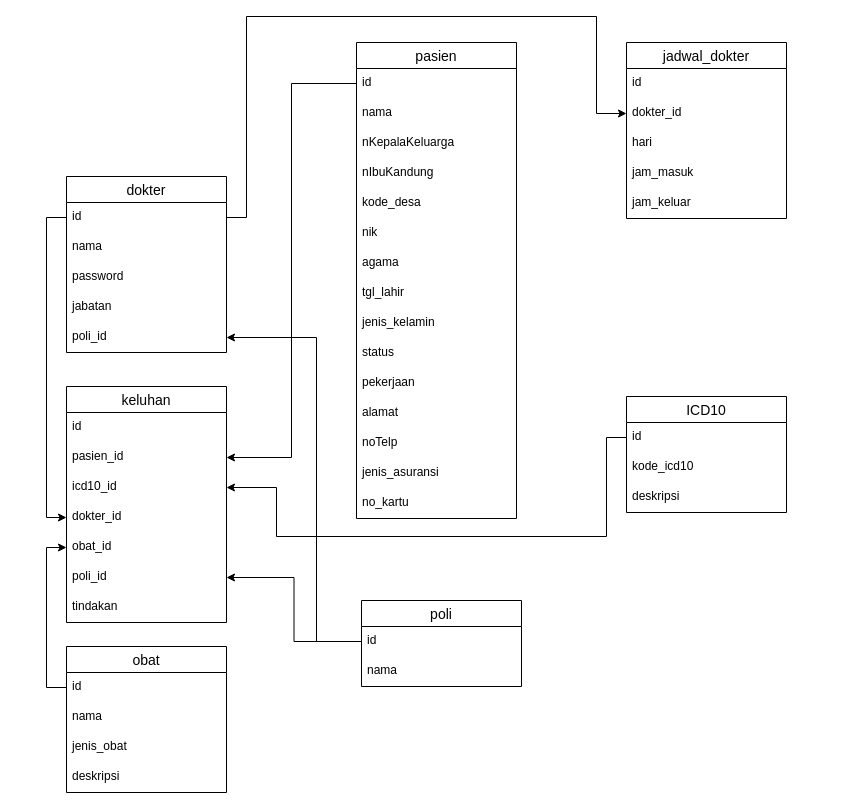
This is ERD/ERD sistem-rekam-medis.drawio from zabilsabri/sistem-rekam-medis, a draw.io file, before an edit. Source tidied: cells renumbered, new cells numbered last; positions are measured from the earlier drawing's top-left corner, leaving out a move shared by most shapes. Both pictures are drawn from the tidied source at 100%, with x=0, y=0 at pixel (66, 16).
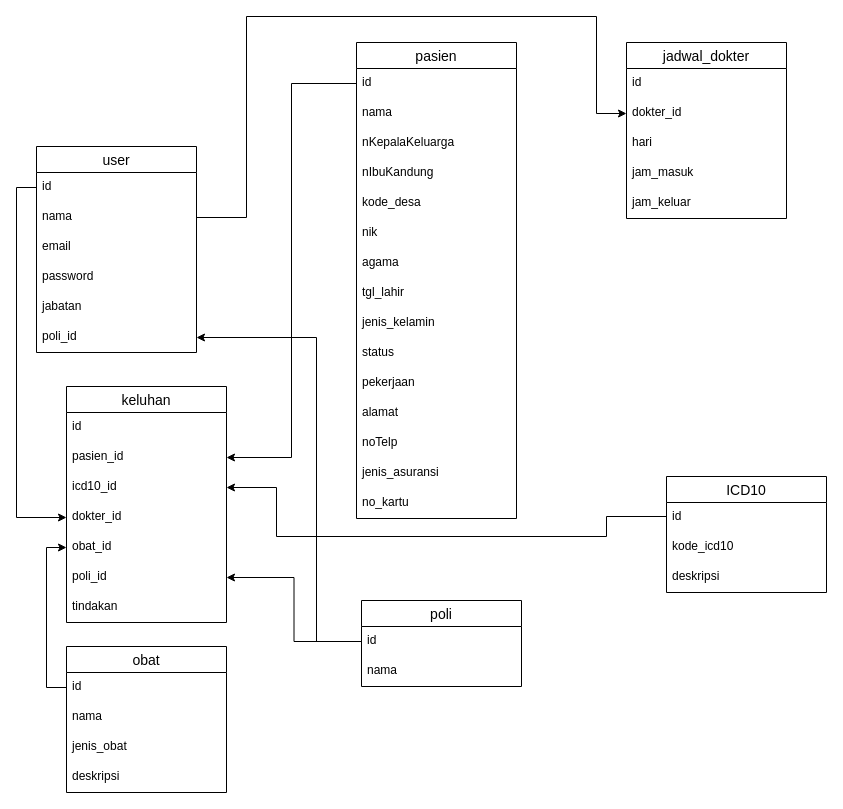
The same page after the edit.

The change refers to these unchanged cells:
```xml
<mxCell id="30" value="id" style="text;strokeColor=none;fillColor=none;spacingLeft=4;spacingRight=4;overflow=hidden;points=[[0,0.5],[1,0.5]];portConstraint=eastwest;fontSize=12;" parent="29" vertex="1">
  <mxGeometry y="26" width="160" height="30" as="geometry" />
</mxCell>
<mxCell id="36" value="icd10_id" style="text;strokeColor=none;fillColor=none;spacingLeft=4;spacingRight=4;overflow=hidden;points=[[0,0.5],[1,0.5]];portConstraint=eastwest;fontSize=12;" parent="33" vertex="1">
  <mxGeometry y="86" width="160" height="30" as="geometry" />
</mxCell>
```

Diff of the diagram source:
```diff
@@
-    <mxCell id="18" value="dokter" style="swimlane;fontStyle=0;horizontal=1;startSize=26;align=center;fontSize=14;" parent="1" vertex="1">
-      <mxGeometry y="160" width="160" height="176" as="geometry" />
+    <mxCell id="18" value="user" style="swimlane;fontStyle=0;horizontal=1;startSize=26;align=center;fontSize=14;" parent="1" vertex="1">
+      <mxGeometry x="-30" y="130" width="160" height="206" as="geometry" />
     </mxCell>
@@
+    <mxCell id="57" value="email" style="text;strokeColor=none;fillColor=none;spacingLeft=4;spacingRight=4;overflow=hidden;fontSize=12;" parent="18" vertex="1">
+      <mxGeometry y="86" width="160" height="30" as="geometry" />
+    </mxCell>
     <mxCell id="21" value="password" style="text;strokeColor=none;fillColor=none;spacingLeft=4;spacingRight=4;overflow=hidden;fontSize=12;" parent="18" vertex="1">
-      <mxGeometry y="86" width="160" height="30" as="geometry" />
+      <mxGeometry y="116" width="160" height="30" as="geometry" />
     </mxCell>
     <mxCell id="22" value="jabatan" style="text;strokeColor=none;fillColor=none;spacingLeft=4;spacingRight=4;overflow=hidden;fontSize=12;" parent="18" vertex="1">
-      <mxGeometry y="116" width="160" height="30" as="geometry" />
+      <mxGeometry y="146" width="160" height="30" as="geometry" />
     </mxCell>
     <mxCell id="23" value="poli_id" style="text;strokeColor=none;fillColor=none;spacingLeft=4;spacingRight=4;overflow=hidden;points=[[0,0.5],[1,0.5]];portConstraint=eastwest;fontSize=12;" parent="18" vertex="1">
-      <mxGeometry y="146" width="160" height="30" as="geometry" />
+      <mxGeometry y="176" width="160" height="30" as="geometry" />
     </mxCell>
@@
     <mxCell id="29" value="ICD10" style="swimlane;fontStyle=0;horizontal=1;startSize=26;align=center;fontSize=14;" parent="1" vertex="1">
-      <mxGeometry x="560" y="380" width="160" height="116" as="geometry" />
+      <mxGeometry x="600" y="460" width="160" height="116" as="geometry" />
     </mxCell>
@@
     <mxCell id="48" style="edgeStyle=orthogonalEdgeStyle;rounded=0;jettySize=auto;html=1;exitX=0;exitY=0.5;exitDx=0;exitDy=0;entryX=1;entryY=0.5;entryDx=0;entryDy=0;" parent="1" edge="1" source="30" target="36">
       <mxGeometry relative="1" as="geometry">
         <Array as="points">
-          <mxPoint x="540" y="421" />
+          <mxPoint x="540" y="500" />
           <mxPoint x="540" y="520" />
           <mxPoint x="210" y="520" />
           <mxPoint x="210" y="471" />
         </Array>
       </mxGeometry>
     </mxCell>
```
